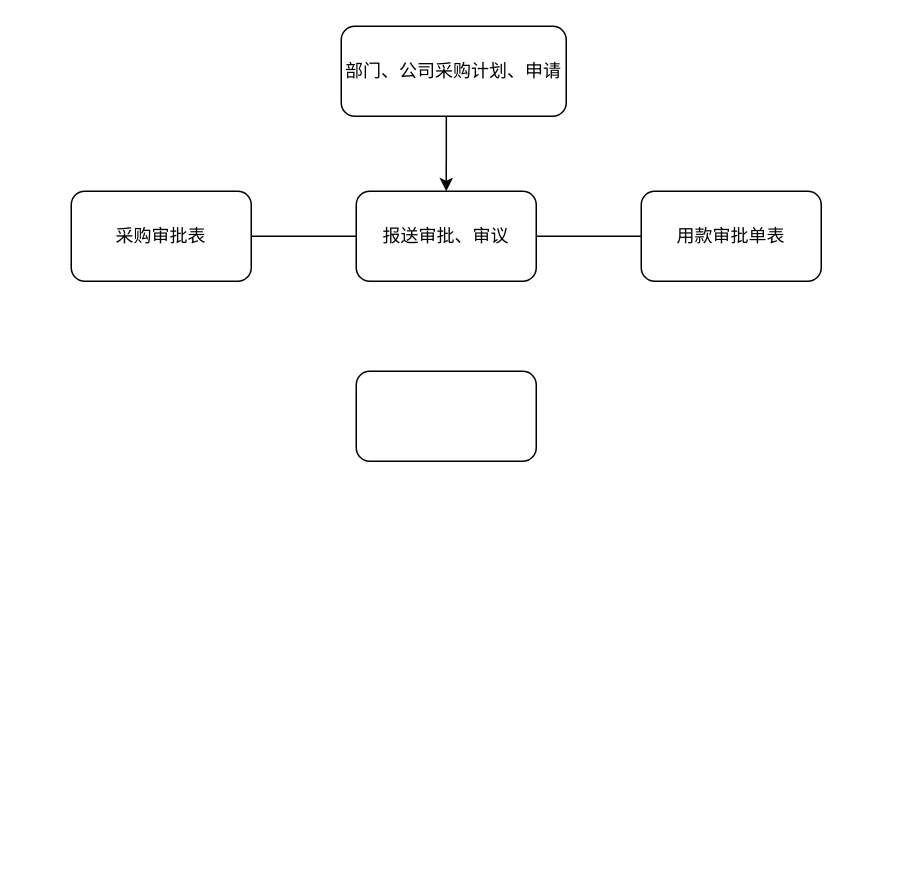
redcomet88/DRAW keeps this draw.io diagram as 采购流程图-吴荣.drawio. Above is the earlier version. Source tidied: cells renumbered, new cells numbered last; positions are measured from the earlier drawing's top-left corner, leaving out a move shared by most shapes. Both pictures are drawn from the tidied source at 150%, with x=0, y=0 at pixel (70, 26).
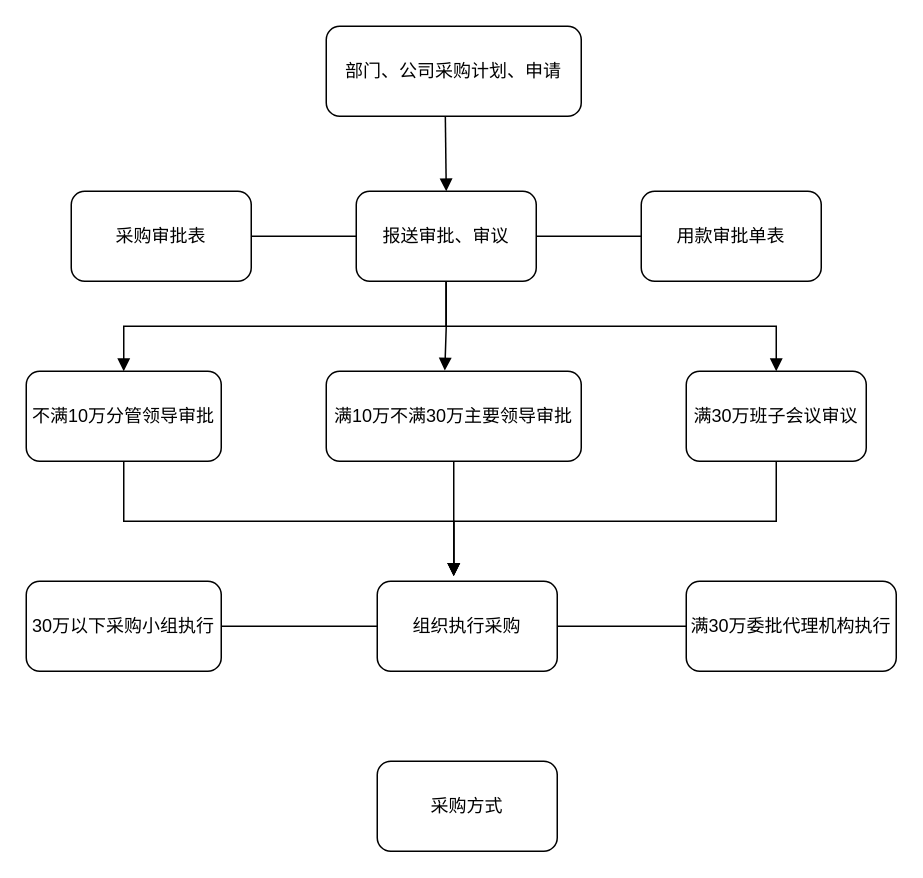
After the change.

Commit message (it also covers changes not shown here):
更新采购流程图-吴荣.drawio

The change refers to these unchanged cells:
```xml
<mxCell id="5" value="报送审批、审议" style="rounded=1;whiteSpace=wrap;html=1;" parent="1" vertex="1">
  <mxGeometry x="190" y="110" width="120" height="60" as="geometry" />
</mxCell>
```

Change to the diagram source:
```diff
@@
     <mxCell id="2" value="部门、公司采购计划、申请" style="rounded=1;whiteSpace=wrap;html=1;" parent="1" vertex="1">
-      <mxGeometry x="180" width="150" height="60" as="geometry" />
+      <mxGeometry x="170" width="170" height="60" as="geometry" />
     </mxCell>
-    <mxCell id="3" style="endArrow=classic;html=1;rounded=0;exitX=0.467;exitY=1;exitDx=0;exitDy=0;exitPerimeter=0;entryX=0.5;entryY=0;entryDx=0;entryDy=0;" parent="1" edge="1" source="2" target="5">
+    <mxCell id="3" style="endArrow=block;html=1;rounded=0;exitX=0.467;exitY=1;exitDx=0;exitDy=0;exitPerimeter=0;entryX=0.5;entryY=0;entryDx=0;entryDy=0;endFill=1;" parent="1" edge="1" source="2" target="5">
       <mxGeometry relative="1" as="geometry" />
     </mxCell>
@@
+    <mxCell id="10" style="edgeStyle=orthogonalEdgeStyle;rounded=0;jettySize=auto;html=1;exitX=0.5;exitY=1;exitDx=0;exitDy=0;entryX=0.5;entryY=0;entryDx=0;entryDy=0;endArrow=block;endFill=1;" parent="1" edge="1" source="5" target="15">
+      <mxGeometry relative="1" as="geometry" />
+    </mxCell>
+    <mxCell id="11" style="edgeStyle=orthogonalEdgeStyle;rounded=0;jettySize=auto;html=1;exitX=0.5;exitY=1;exitDx=0;exitDy=0;entryX=0.465;entryY=-0.008;entryDx=0;entryDy=0;entryPerimeter=0;endArrow=block;endFill=1;" parent="1" edge="1" source="5" target="9">
+      <mxGeometry relative="1" as="geometry" />
+    </mxCell>
+    <mxCell id="12" style="edgeStyle=orthogonalEdgeStyle;rounded=0;jettySize=auto;html=1;exitX=0.5;exitY=1;exitDx=0;exitDy=0;entryX=0.5;entryY=0;entryDx=0;entryDy=0;endArrow=block;endFill=1;" parent="1" edge="1" source="5" target="17">
+      <mxGeometry relative="1" as="geometry" />
+    </mxCell>
@@
+    <mxCell id="13" style="edgeStyle=orthogonalEdgeStyle;rounded=0;jettySize=auto;html=1;exitX=0.5;exitY=1;exitDx=0;exitDy=0;entryX=0.425;entryY=-0.058;entryDx=0;entryDy=0;entryPerimeter=0;endArrow=block;endFill=1;" parent="1" edge="1" source="9" target="19">
+      <mxGeometry relative="1" as="geometry" />
+    </mxCell>
-    <mxCell id="9" style="rounded=1;whiteSpace=wrap;html=1;" parent="1" vertex="1">
-      <mxGeometry x="190" y="230" width="120" height="60" as="geometry" />
+    <mxCell id="9" value="满10万不满30万主要领导审批" style="rounded=1;whiteSpace=wrap;html=1;" parent="1" vertex="1">
+      <mxGeometry x="170" y="230" width="170" height="60" as="geometry" />
     </mxCell>
+    <mxCell id="14" style="edgeStyle=orthogonalEdgeStyle;rounded=0;jettySize=auto;html=1;exitX=0.5;exitY=1;exitDx=0;exitDy=0;entryX=0.425;entryY=-0.058;entryDx=0;entryDy=0;entryPerimeter=0;endArrow=block;endFill=1;" parent="1" edge="1" source="15" target="19">
+      <mxGeometry relative="1" as="geometry" />
+    </mxCell>
+    <mxCell id="15" value="不满10万分管领导审批" style="rounded=1;whiteSpace=wrap;html=1;" parent="1" vertex="1">
+      <mxGeometry x="-30" y="230" width="130" height="60" as="geometry" />
+    </mxCell>
+    <mxCell id="16" style="edgeStyle=orthogonalEdgeStyle;rounded=0;jettySize=auto;html=1;exitX=0.5;exitY=1;exitDx=0;exitDy=0;entryX=0.425;entryY=-0.058;entryDx=0;entryDy=0;entryPerimeter=0;endArrow=block;endFill=1;" parent="1" edge="1" source="17" target="19">
+      <mxGeometry relative="1" as="geometry" />
+    </mxCell>
+    <mxCell id="17" value="满30万班子会议审议" style="rounded=1;whiteSpace=wrap;html=1;" parent="1" vertex="1">
+      <mxGeometry x="410" y="230" width="120" height="60" as="geometry" />
+    </mxCell>
+    <mxCell id="18" style="edgeStyle=orthogonalEdgeStyle;rounded=0;jettySize=auto;html=1;exitX=1;exitY=0.5;exitDx=0;exitDy=0;entryX=0;entryY=0.5;entryDx=0;entryDy=0;endArrow=none;endFill=0;" parent="1" edge="1" source="19" target="22">
+      <mxGeometry relative="1" as="geometry" />
+    </mxCell>
+    <mxCell id="19" value="组织执行采购" style="rounded=1;whiteSpace=wrap;html=1;" parent="1" vertex="1">
+      <mxGeometry x="204" y="370" width="120" height="60" as="geometry" />
+    </mxCell>
+    <mxCell id="20" style="edgeStyle=orthogonalEdgeStyle;rounded=0;jettySize=auto;html=1;exitX=1;exitY=0.5;exitDx=0;exitDy=0;entryX=0;entryY=0.5;entryDx=0;entryDy=0;endArrow=none;endFill=0;" parent="1" edge="1" source="21" target="19">
+      <mxGeometry relative="1" as="geometry" />
+    </mxCell>
+    <mxCell id="21" value="30万以下采购小组执行" style="rounded=1;whiteSpace=wrap;html=1;" parent="1" vertex="1">
+      <mxGeometry x="-30" y="370" width="130" height="60" as="geometry" />
+    </mxCell>
+    <mxCell id="22" value="满30万委批代理机构执行" style="rounded=1;whiteSpace=wrap;html=1;" parent="1" vertex="1">
+      <mxGeometry x="410" y="370" width="140" height="60" as="geometry" />
+    </mxCell>
+    <mxCell id="23" value="采购方式" style="rounded=1;whiteSpace=wrap;html=1;" parent="1" vertex="1">
+      <mxGeometry x="204" y="490" width="120" height="60" as="geometry" />
+    </mxCell>
```
